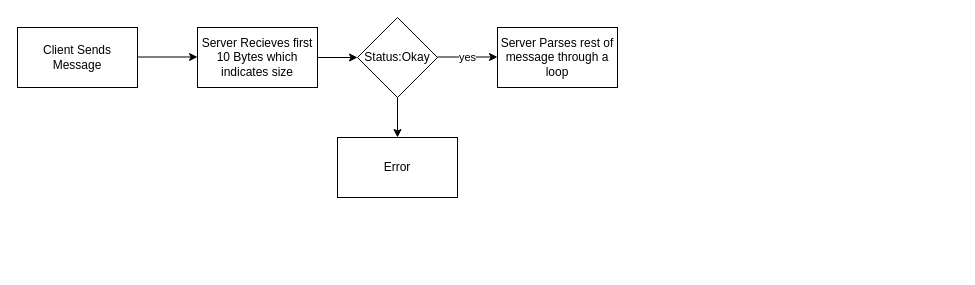
kipflip1125/client-server keeps this draw.io diagram as Design Documents/Untitled Diagram.drawio. Above is the earlier version. Source tidied: cells renumbered, new cells numbered last; positions are measured from the earlier drawing's top-left corner, leaving out a move shared by most shapes. Both pictures are drawn from the tidied source at 100%, with x=0, y=0 at pixel (17, 17).
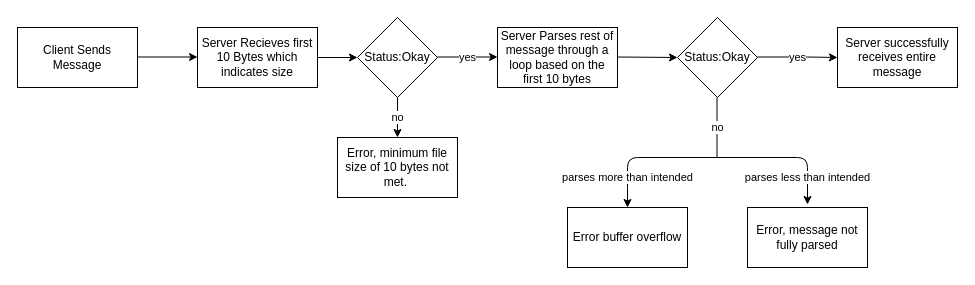
The same page after the edit.

The change refers to these unchanged cells:
```xml
<mxCell id="7" value="Status:Okay" style="rhombus;whiteSpace=wrap;html=1;" parent="1" vertex="1">
  <mxGeometry x="340" width="80" height="80" as="geometry" />
</mxCell>
```

Diff of the diagram source:
```diff
@@
-    <mxCell id="6" value="Server Parses rest of message through a loop" style="rounded=0;whiteSpace=wrap;html=1;" parent="1" vertex="1">
+    <mxCell id="6" value="Server Parses rest of message through a loop based on the first 10 bytes" style="rounded=0;whiteSpace=wrap;html=1;" parent="1" vertex="1">
       <mxGeometry x="480" y="10" width="120" height="60" as="geometry" />
     </mxCell>
@@
-    <mxCell id="9" value="Error" style="rounded=0;whiteSpace=wrap;html=1;" parent="1" vertex="1">
+    <mxCell id="9" value="Error, minimum file size of 10 bytes not met.&amp;nbsp;" style="rounded=0;whiteSpace=wrap;html=1;" parent="1" vertex="1">
       <mxGeometry x="320" y="120" width="120" height="60" as="geometry" />
     </mxCell>
-    <mxCell id="10" style="endArrow=classic;html=1;exitX=0.5;exitY=1;exitDx=0;exitDy=0;" parent="1" edge="1" source="7">
+    <mxCell id="10" value="no" style="endArrow=classic;html=1;exitX=0.5;exitY=1;exitDx=0;exitDy=0;" parent="1" edge="1" source="7">
       <mxGeometry relative="1" as="geometry">
         <mxPoint x="380" y="120" as="targetPoint" />
       </mxGeometry>
     </mxCell>
+    <mxCell id="11" style="endArrow=classic;html=1;" parent="1" edge="1">
+      <mxGeometry relative="1" as="geometry">
+        <mxPoint x="600" y="39.5" as="sourcePoint" />
+        <mxPoint x="660" y="40" as="targetPoint" />
+      </mxGeometry>
+    </mxCell>
+    <mxCell id="12" value="Status:Okay" style="rhombus;whiteSpace=wrap;html=1;" parent="1" vertex="1">
+      <mxGeometry x="660" width="80" height="80" as="geometry" />
+    </mxCell>
+    <mxCell id="13" value="no" style="endArrow=none;html=1;" parent="1" edge="1">
+      <mxGeometry relative="1" as="geometry">
+        <mxPoint x="699.5" y="80" as="sourcePoint" />
+        <mxPoint x="699.5" y="140" as="targetPoint" />
+      </mxGeometry>
+    </mxCell>
+    <mxCell id="14" value="parses more than intended" style="endArrow=classic;html=1;" parent="1" edge="1">
+      <mxGeometry x="0.57" relative="1" as="geometry">
+        <mxPoint x="700" y="140" as="sourcePoint" />
+        <mxPoint x="610" y="190" as="targetPoint" />
+        <Array as="points">
+          <mxPoint x="610" y="140" />
+          <mxPoint x="610" y="160" />
+        </Array>
+      </mxGeometry>
+    </mxCell>
+    <mxCell id="15" value="parses less than intended" style="endArrow=classic;html=1;" parent="1" edge="1">
+      <mxGeometry x="0.63" relative="1" as="geometry">
+        <mxPoint x="690" y="140" as="sourcePoint" />
+        <mxPoint x="790" y="187" as="targetPoint" />
+        <Array as="points">
+          <mxPoint x="790" y="140" />
+        </Array>
+      </mxGeometry>
+    </mxCell>
+    <mxCell id="16" value="Error buffer overflow" style="rounded=0;whiteSpace=wrap;html=1;" parent="1" vertex="1">
+      <mxGeometry x="550" y="190" width="120" height="60" as="geometry" />
+    </mxCell>
+    <mxCell id="17" value="Error, message not fully parsed" style="rounded=0;whiteSpace=wrap;html=1;" parent="1" vertex="1">
+      <mxGeometry x="730" y="190" width="120" height="60" as="geometry" />
+    </mxCell>
+    <mxCell id="18" value="yes" style="endArrow=classic;html=1;entryX=0;entryY=0.5;entryDx=0;entryDy=0;" parent="1" edge="1" target="19">
+      <mxGeometry relative="1" as="geometry">
+        <mxPoint x="740" y="39.5" as="sourcePoint" />
+        <Array as="points">
+          <mxPoint x="790" y="39.5" />
+        </Array>
+      </mxGeometry>
+    </mxCell>
+    <mxCell id="19" value="Server successfully receives entire message" style="rounded=0;whiteSpace=wrap;html=1;" parent="1" vertex="1">
+      <mxGeometry x="820" y="10" width="120" height="60" as="geometry" />
+    </mxCell>
```
